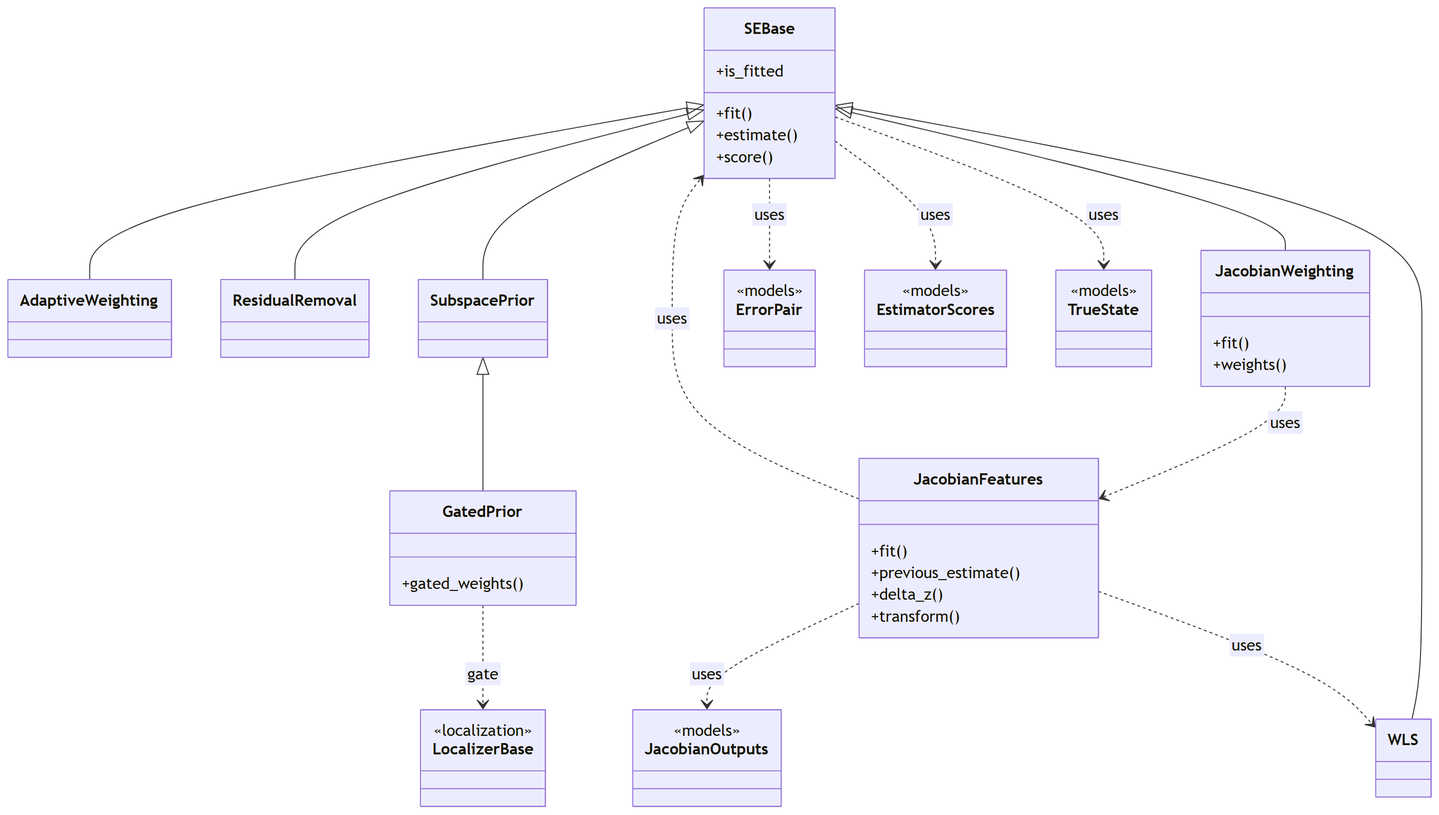
Before: docs/figures/diagrams/classes_estimation.png, a diagram exported from Mermaid (myersben9/fdia-graph). Its source is kept beside it as docs/figures/diagrams/classes_estimation.mmd.
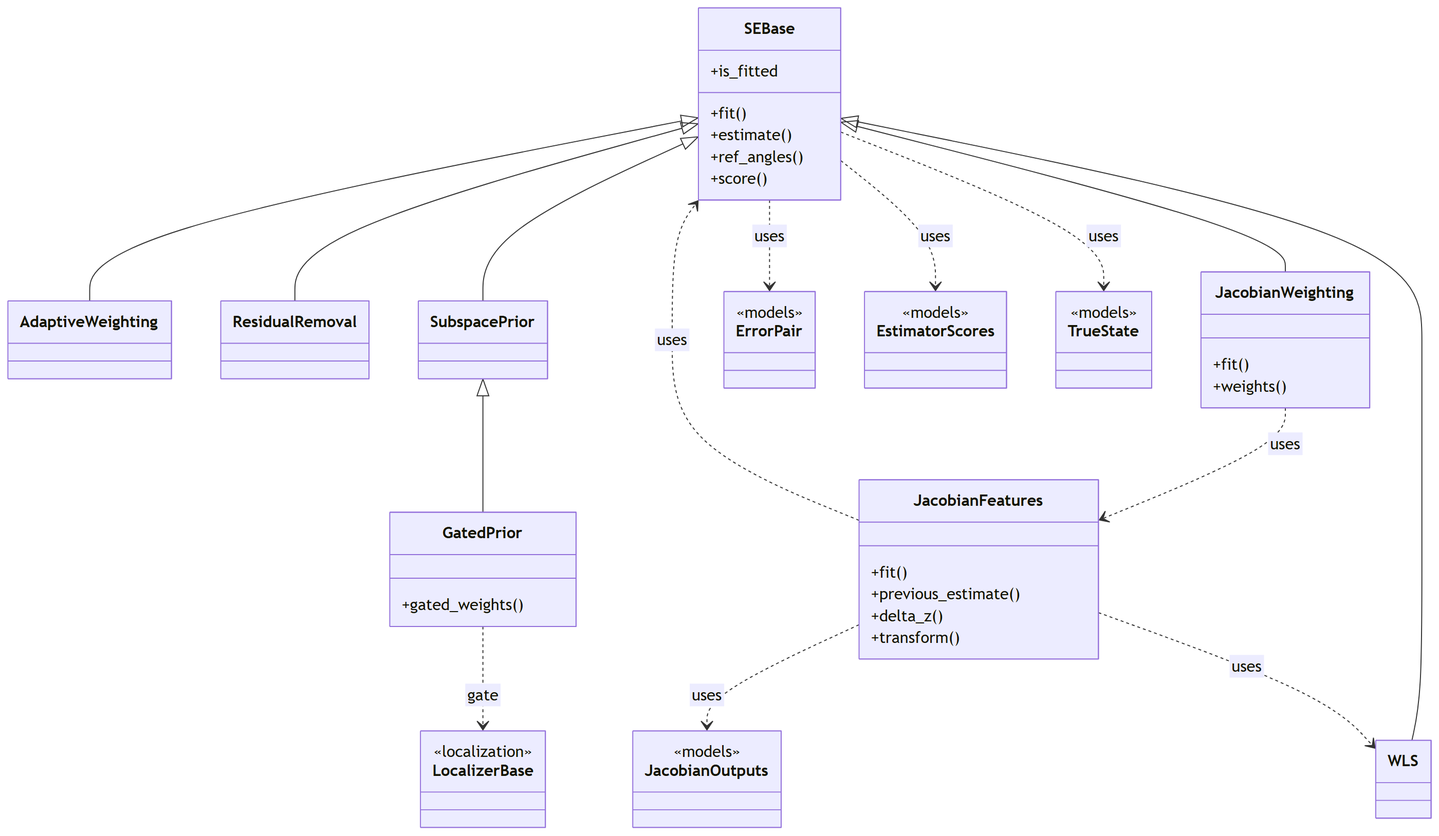
After the change.

The edit, as a diff of the source:
```diff
@@ -3,6 +3,7 @@
         +fit()
         +is_fitted
         +estimate()
+        +ref_angles()
         +score()
     }
     class WLS {
```
